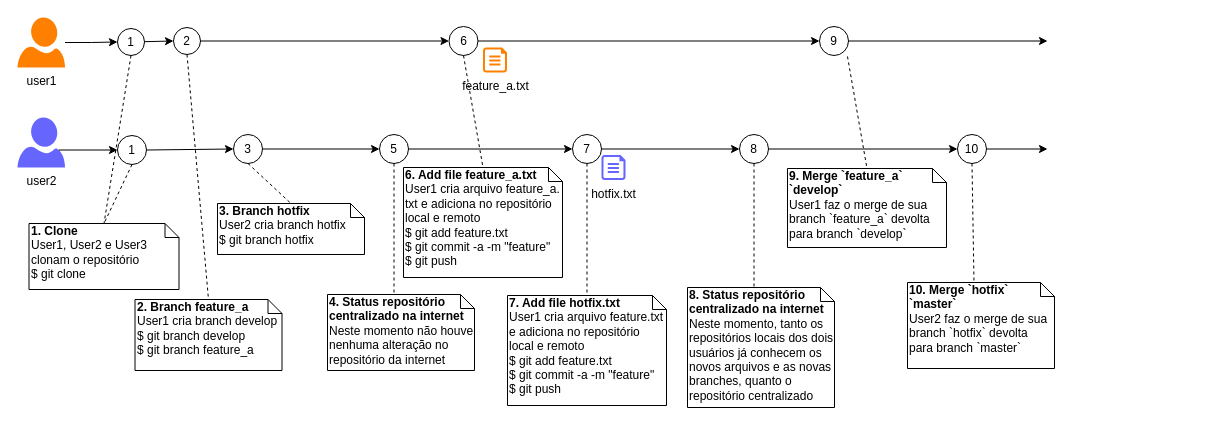
Before: doc/GitTimeline-Example-01.drawio in josemarsilva/eval-git, a draw.io diagram. Source tidied: cells renumbered, new cells numbered last; positions are measured from the earlier drawing's top-left corner, leaving out a move shared by most shapes. Both pictures are drawn from the tidied source at 100%, with x=0, y=0 at pixel (17, 17).
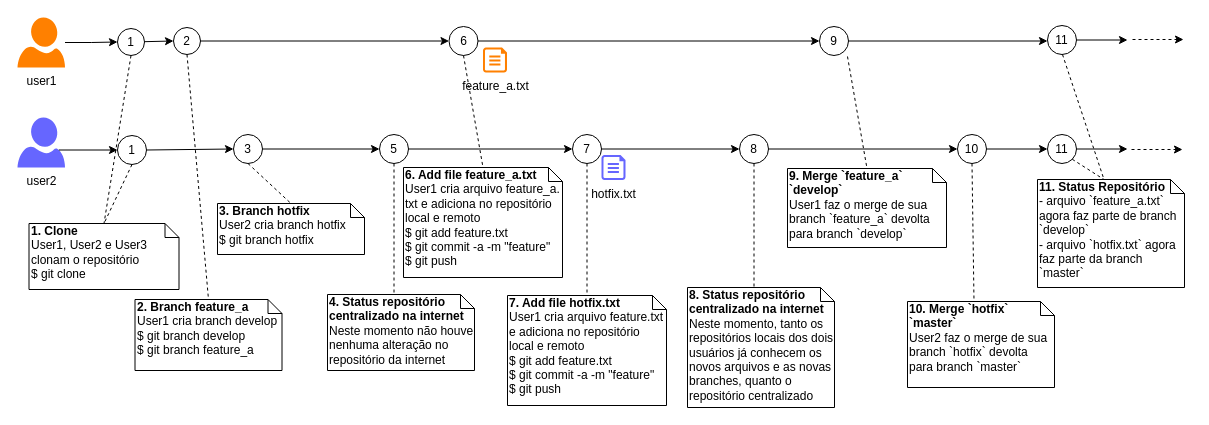
The same page after the edit.

Diff of the diagram source:
```diff
@@
     <mxCell id="46" value="&lt;b&gt;10. Merge `hotfix` `master`&lt;br&gt;&lt;/b&gt;User2 faz o merge de sua branch `hotfix` devolta para branch `master`&lt;br&gt;" style="shape=note;whiteSpace=wrap;html=1;size=14;verticalAlign=top;align=left;spacingTop=-6;fillColor=none;" parent="1" vertex="1">
-      <mxGeometry x="890" y="265" width="147" height="86" as="geometry" />
+      <mxGeometry x="890" y="284" width="147" height="86" as="geometry" />
     </mxCell>
+    <mxCell id="47" style="edgeStyle=orthogonalEdgeStyle;rounded=0;jettySize=auto;html=1;" parent="1" edge="1" source="48">
+      <mxGeometry relative="1" as="geometry">
+        <mxPoint x="1110" y="22.5" as="targetPoint" />
+      </mxGeometry>
+    </mxCell>
+    <mxCell id="48" value="11" style="ellipse;whiteSpace=wrap;html=1;fillColor=none;" parent="1" vertex="1">
+      <mxGeometry x="1030" y="8" width="29" height="29" as="geometry" />
+    </mxCell>
+    <mxCell id="49" style="edgeStyle=none;rounded=0;jettySize=auto;html=1;entryX=0;entryY=0;entryDx=66.5;entryDy=0;entryPerimeter=0;endArrow=none;endFill=0;dashed=1;exitX=0.5;exitY=1;exitDx=0;exitDy=0;" parent="1" edge="1" target="50">
+      <mxGeometry relative="1" as="geometry">
+        <mxPoint x="1045" y="37" as="sourcePoint" />
+      </mxGeometry>
+    </mxCell>
+    <mxCell id="50" value="&lt;b&gt;11. Status Repositório&lt;br&gt;&lt;/b&gt;- arquivo `feature_a.txt` agora faz parte de branch `develop`&lt;br&gt;- arquivo `hotfix.txt` agora faz parte da branch `master`&lt;br&gt;" style="shape=note;whiteSpace=wrap;html=1;size=14;verticalAlign=top;align=left;spacingTop=-6;fillColor=none;" parent="1" vertex="1">
+      <mxGeometry x="1020" y="162" width="147" height="108" as="geometry" />
+    </mxCell>
+    <mxCell id="51" style="edgeStyle=orthogonalEdgeStyle;rounded=0;jettySize=auto;html=1;" parent="1" edge="1" source="52">
+      <mxGeometry relative="1" as="geometry">
+        <mxPoint x="1110" y="131.5" as="targetPoint" />
+      </mxGeometry>
+    </mxCell>
+    <mxCell id="52" value="11" style="ellipse;whiteSpace=wrap;html=1;fillColor=none;" parent="1" vertex="1">
+      <mxGeometry x="1030" y="117" width="29" height="29" as="geometry" />
+    </mxCell>
+    <mxCell id="53" style="edgeStyle=none;rounded=0;jettySize=auto;html=1;entryX=0;entryY=0;entryDx=66.5;entryDy=0;entryPerimeter=0;endArrow=none;endFill=0;dashed=1;exitX=1;exitY=1;exitDx=0;exitDy=0;" parent="1" edge="1" source="52" target="50">
+      <mxGeometry relative="1" as="geometry" />
+    </mxCell>
+    <mxCell id="54" style="edgeStyle=orthogonalEdgeStyle;rounded=0;orthogonalLoop=1;jettySize=auto;html=1;dashed=1;" parent="1" edge="1">
+      <mxGeometry relative="1" as="geometry">
+        <mxPoint x="1115" y="22" as="sourcePoint" />
+        <mxPoint x="1166" y="22" as="targetPoint" />
+      </mxGeometry>
+    </mxCell>
+    <mxCell id="55" style="edgeStyle=orthogonalEdgeStyle;rounded=0;orthogonalLoop=1;jettySize=auto;html=1;dashed=1;" parent="1" edge="1">
+      <mxGeometry relative="1" as="geometry">
+        <mxPoint x="1114" y="132" as="sourcePoint" />
+        <mxPoint x="1165" y="132" as="targetPoint" />
+      </mxGeometry>
+    </mxCell>
```
